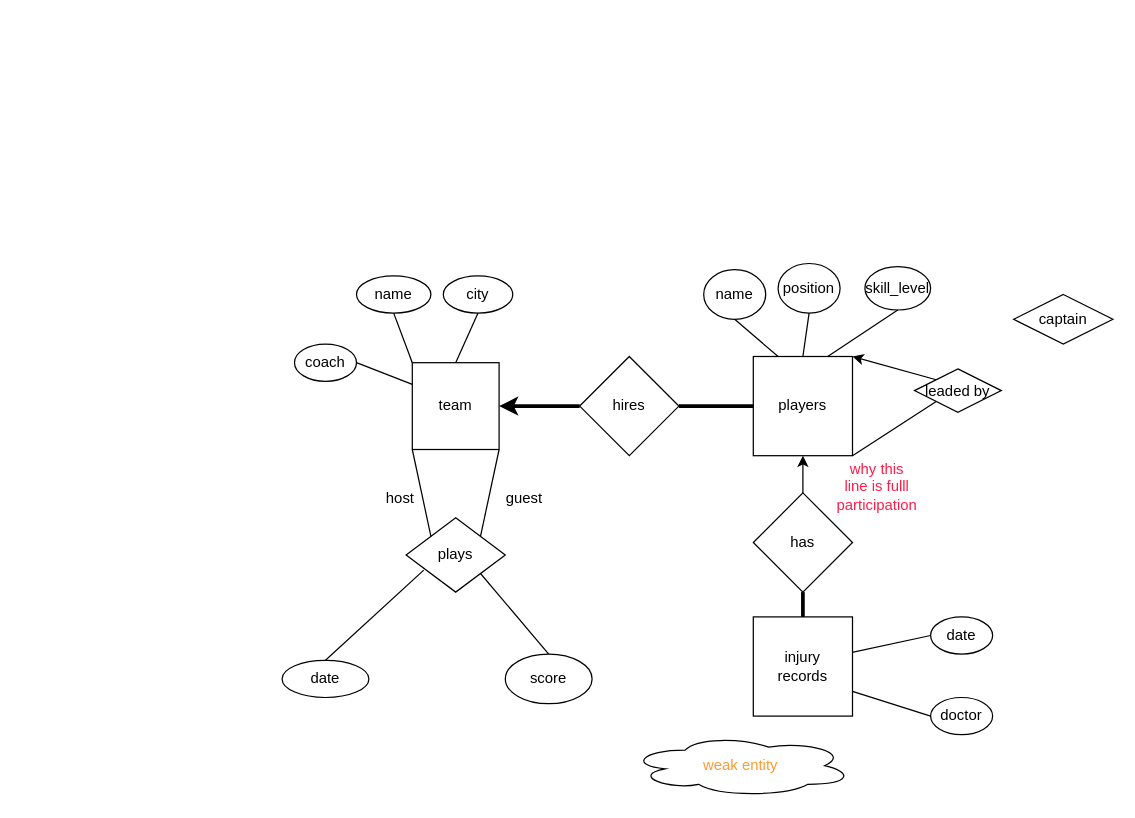
Before: COMP 9311/exercise.drawio in LoverCheng/unsw, a draw.io diagram. Source tidied: cells renumbered, new cells numbered last; positions are measured from the earlier drawing's top-left corner, leaving out a move shared by most shapes. Both pictures are drawn from the tidied source at 124%, with x=0, y=0 at pixel (281, 263).
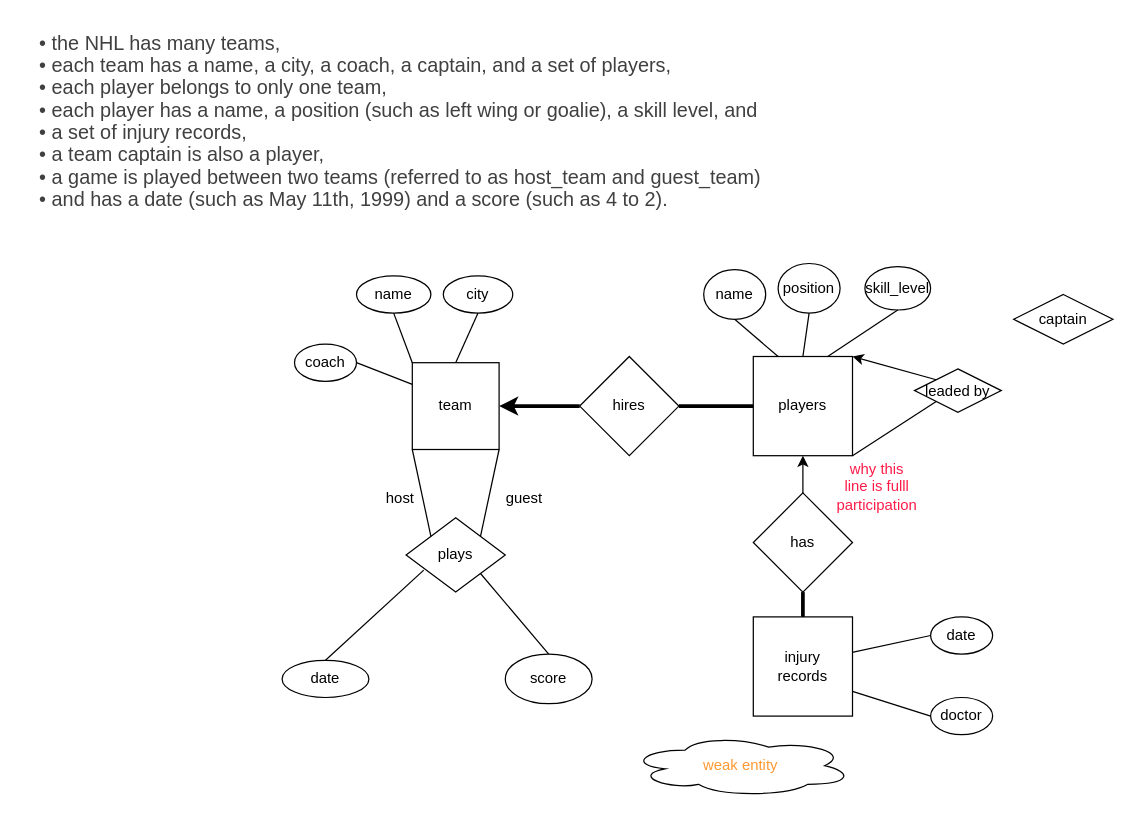
The same diagram, later.

What changed in the source:
```diff
@@
+    <mxCell id="42" value="&lt;p style=&quot;margin: 0px; font-variant-numeric: normal; font-variant-east-asian: normal; font-stretch: normal; font-size: 16px; line-height: normal; color: rgb(64, 64, 64); text-align: start;&quot; class=&quot;p1&quot;&gt;• the NHL has many teams,&lt;/p&gt;&lt;p style=&quot;margin: 0px; font-variant-numeric: normal; font-variant-east-asian: normal; font-stretch: normal; font-size: 16px; line-height: normal; color: rgb(64, 64, 64); text-align: start;&quot; class=&quot;p1&quot;&gt;• each team has a name, a city, a coach, a captain, and a set of players,&lt;/p&gt;&lt;p style=&quot;margin: 0px; font-variant-numeric: normal; font-variant-east-asian: normal; font-stretch: normal; font-size: 16px; line-height: normal; color: rgb(64, 64, 64); text-align: start;&quot; class=&quot;p1&quot;&gt;• each player belongs to only one team,&lt;/p&gt;&lt;p style=&quot;margin: 0px; font-variant-numeric: normal; font-variant-east-asian: normal; font-stretch: normal; font-size: 16px; line-height: normal; color: rgb(64, 64, 64); text-align: start;&quot; class=&quot;p1&quot;&gt;• each player has a name, a position (such as left wing or goalie), a skill level, and&lt;/p&gt;&lt;p style=&quot;margin: 0px; font-variant-numeric: normal; font-variant-east-asian: normal; font-stretch: normal; font-size: 16px; line-height: normal; color: rgb(64, 64, 64); text-align: start;&quot; class=&quot;p1&quot;&gt;• a set of injury records,&lt;/p&gt;&lt;p style=&quot;margin: 0px; font-variant-numeric: normal; font-variant-east-asian: normal; font-stretch: normal; font-size: 16px; line-height: normal; color: rgb(64, 64, 64); text-align: start;&quot; class=&quot;p1&quot;&gt;• a team captain is also a player,&lt;/p&gt;&lt;p style=&quot;margin: 0px; font-variant-numeric: normal; font-variant-east-asian: normal; font-stretch: normal; font-size: 16px; line-height: normal; color: rgb(64, 64, 64); text-align: start;&quot; class=&quot;p1&quot;&gt;• a game is played between two teams (referred to as host_team and guest_team)&lt;/p&gt;&lt;p style=&quot;margin: 0px; font-variant-numeric: normal; font-variant-east-asian: normal; font-stretch: normal; font-size: 16px; line-height: normal; color: rgb(64, 64, 64); text-align: start;&quot; class=&quot;p1&quot;&gt;• and has a date (such as May 11th, 1999) and a score (such as 4 to 2).&lt;/p&gt;" style="text;html=1;align=center;verticalAlign=middle;strokeColor=none;fillColor=none;fontColor=#FF9933;" parent="1" vertex="1">
+      <mxGeometry x="-210" y="-195" width="610" height="160" as="geometry" />
+    </mxCell>
```
